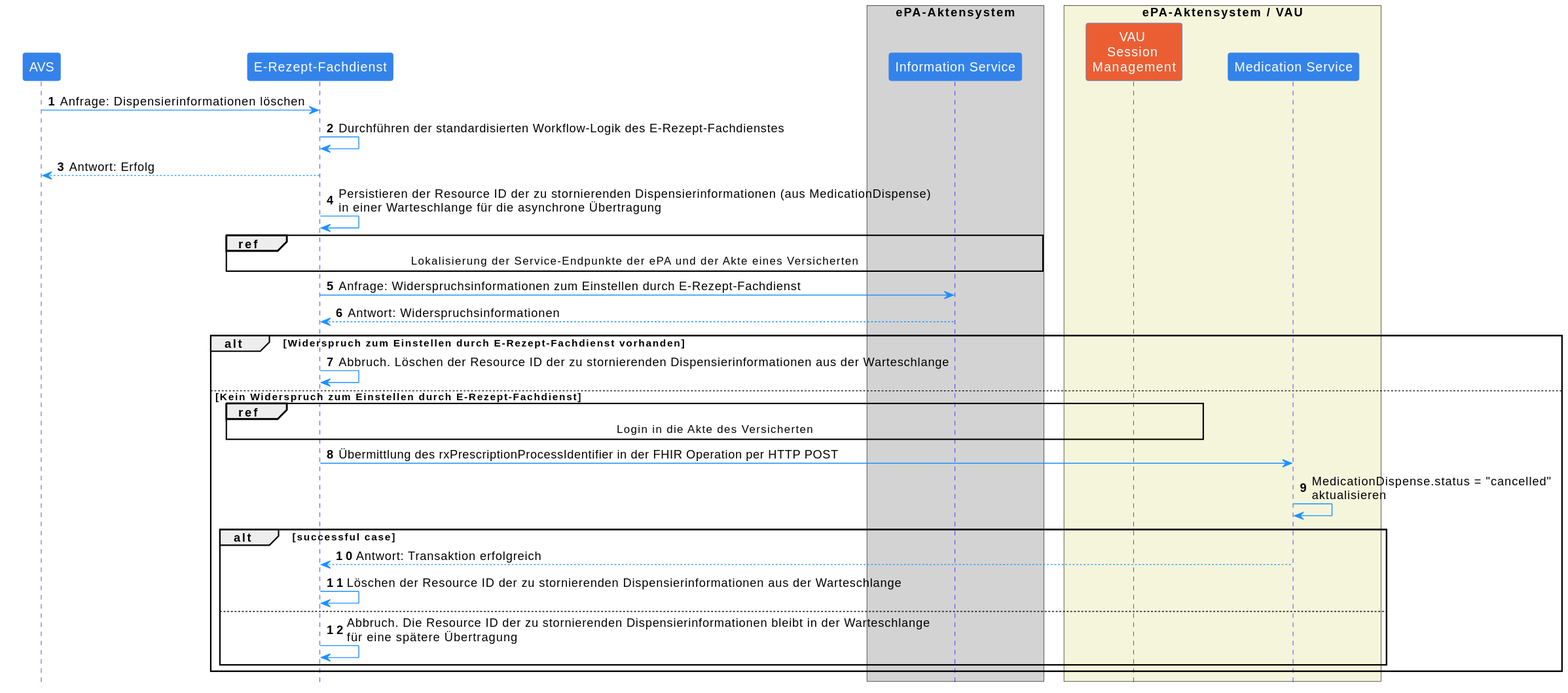
Above: images/plantuml/medicationmanagement.cancel.dispense.svg in gematik/ePA-Medication (PlantUML), before the change.
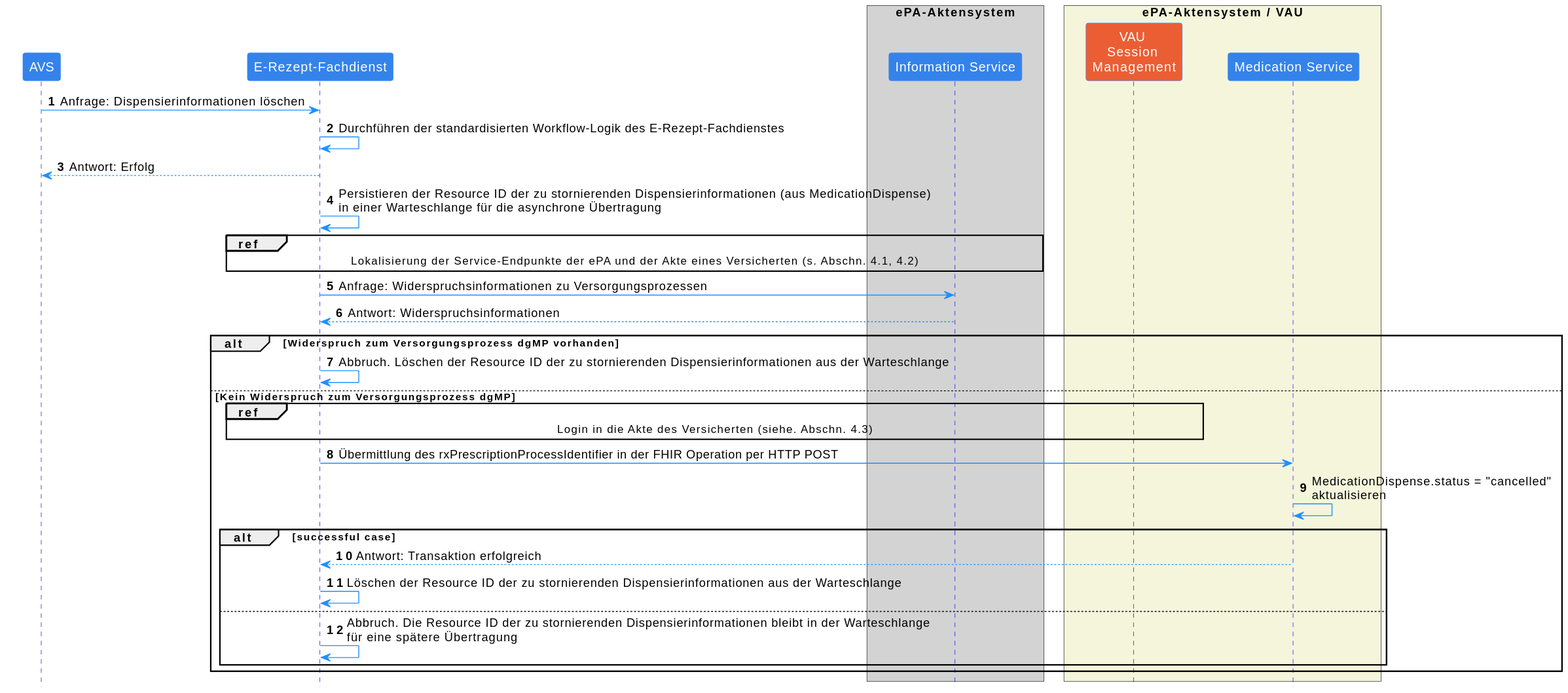
The same diagram one commit later.

What changed in the source:
```diff
@@ -1,4 +1,5 @@
 @startuml
+
 skinparam Shadowing false
 skinparam ParticipantPadding 20
 skinparam BoxPadding 10
@@ -39,16 +40,16 @@
 
 ERFD -> ERFD: Persistieren der Resource ID der zu stornierenden Dispensierinformationen (aus MedicationDispense)\nin einer Warteschlange für die asynchrone Übertragung
 
-ref over ERFD, IS: Lokalisierung der Service-Endpunkte der ePA und der Akte eines Versicherten
+ref over ERFD, IS: Lokalisierung der Service-Endpunkte der ePA und der Akte eines Versicherten (s. Abschn. 4.1, 4.2)
 
-ERFD -> IS: Anfrage: Widerspruchsinformationen zum Einstellen durch E-Rezept-Fachdienst
+ERFD -> IS: Anfrage: Widerspruchsinformationen zu Versorgungsprozessen
 IS --> ERFD: Antwort: Widerspruchsinformationen
 
-alt Widerspruch zum Einstellen durch E-Rezept-Fachdienst vorhanden
+alt Widerspruch zum Versorgungsprozess dgMP vorhanden
     ERFD -> ERFD: Abbruch. Löschen der Resource ID der zu stornierenden Dispensierinformationen aus der Warteschlange
-else Kein Widerspruch zum Einstellen durch E-Rezept-Fachdienst
+else Kein Widerspruch zum Versorgungsprozess dgMP
 
-    ref over ERFD, VAU: Login in die Akte des Versicherten
+    ref over ERFD, VAU: Login in die Akte des Versicherten (siehe. Abschn. 4.3)
 
     ERFD -> EPA: Übermittlung des rxPrescriptionProcessIdentifier in der FHIR Operation per HTTP POST
     EPA -> EPA: MedicationDispense.status = "cancelled"\naktualisieren
@@ -61,4 +62,5 @@
     end
 
 end
+
 @enduml
```
